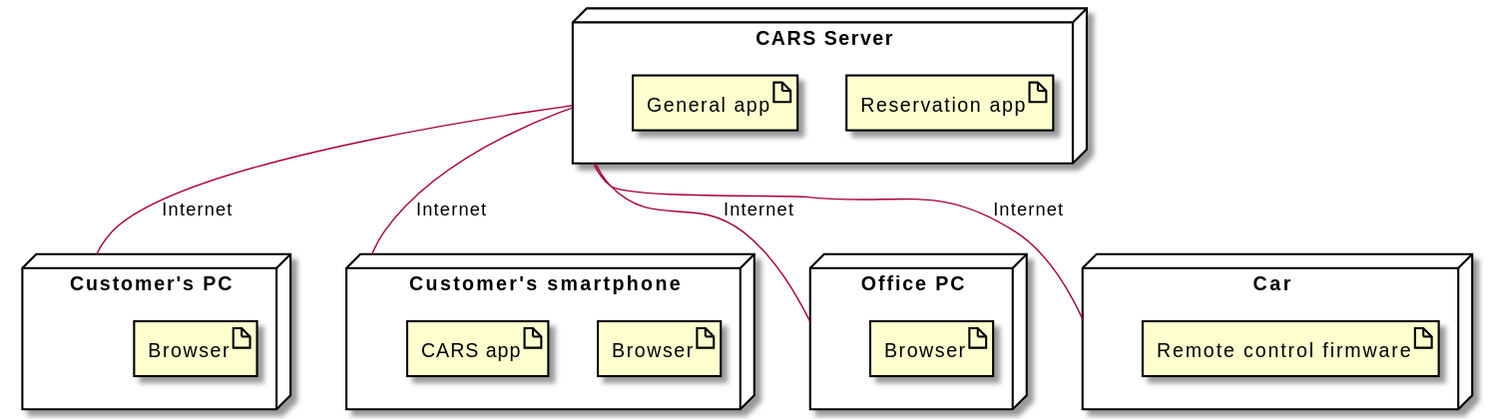
This is car_rental/models/deployment_to_be.svg from franco-ruggeri/polito-information-systems, a PlantUML export, as it was before one commit. The source it was exported from:
```plantuml
@startuml
node "Customer's PC" as CustomerPC {
	artifact Browser as Browser1
}

node "Customer's smartphone" as CustomerSmartphone {
	artifact Browser as Browser2
	artifact "CARS app"
}

node "Office PC" as OfficePC {
	artifact Browser as Browser3
}

node Car {
	artifact "Remote control firmware"
}

node "CARS Server" as CARSServer{
	artifact "Reservation app"
	artifact "General app"
}

CARSServer -- CustomerPC : Internet
CARSServer -- CustomerSmartphone : Internet
CARSServer -- OfficePC : Internet
CARSServer -- Car : Internet
@enduml
```
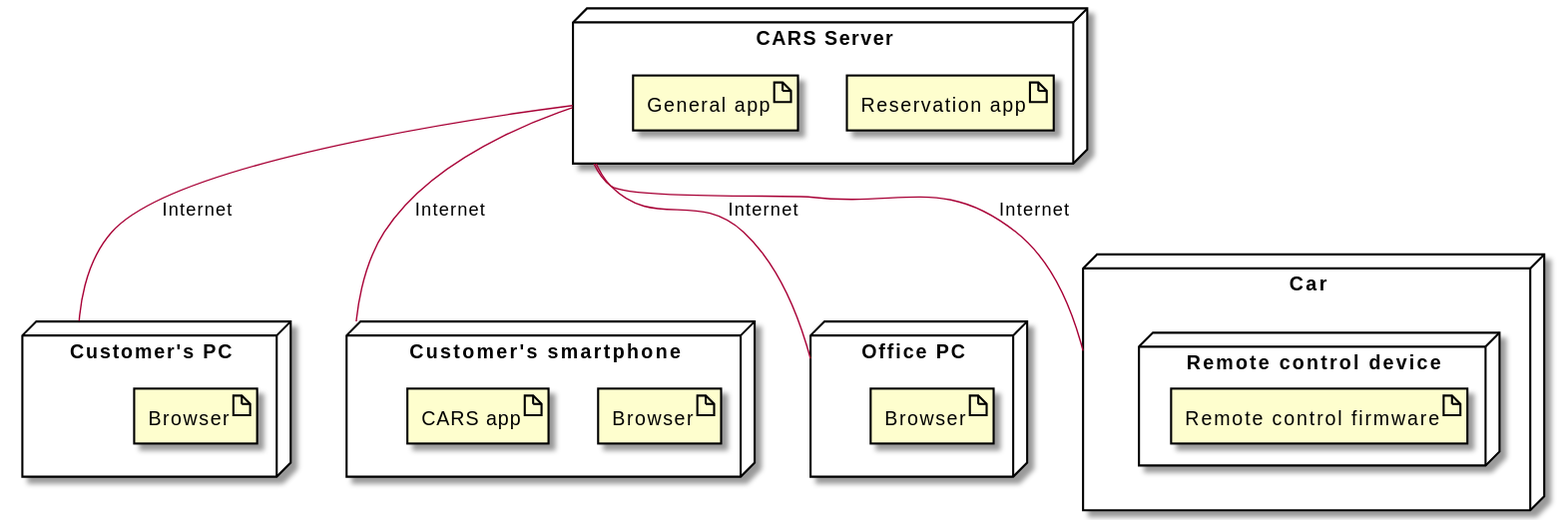
Above is the later version.

What changed in the source:
```diff
@@ -13,7 +13,9 @@
 }
 
 node Car {
-	artifact "Remote control firmware"
+	node "Remote control device" {
+		artifact "Remote control firmware"
+	}
 }
 
 node "CARS Server" as CARSServer{
```
